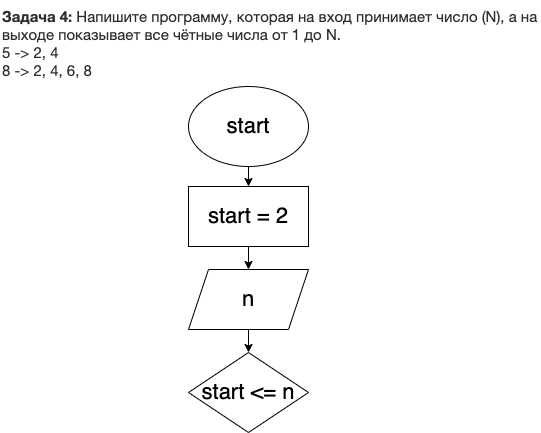
Earlier version of the draw.io export Homework01/Ex003/diagram.drawio.png (CristinaZarinsh/CODE). Source tidied: cells renumbered, new cells last; positions are measured from the earlier drawing's top-left corner, leaving out a move shared by most shapes. The source it was exported from:
```xml
<mxGraphModel>
  <root>
    <mxCell id="0" />
    <mxCell id="1" parent="0" />
    <mxCell id="2" value="&lt;meta charset=&quot;utf-8&quot;&gt;&lt;p style=&quot;box-sizing: border-box; margin: 0px; font-weight: 400; color: rgb(44, 45, 48); font-family: roboto, &amp;quot;san francisco&amp;quot;, &amp;quot;helvetica neue&amp;quot;, helvetica, arial; font-size: 15px; font-style: normal; letter-spacing: normal; text-indent: 0px; text-transform: none; word-spacing: 0px; background-color: rgb(255, 255, 255);&quot;&gt;&lt;strong style=&quot;box-sizing: border-box ; font-weight: 700&quot;&gt;Задача 4:&lt;/strong&gt;&lt;span&gt;&amp;nbsp;&lt;/span&gt;Напишите программу, которая на вход принимает число (N), а на выходе показывает все чётные числа от 1 до N.&lt;/p&gt;&lt;p style=&quot;box-sizing: border-box; margin: 0px; font-weight: 400; color: rgb(44, 45, 48); font-family: roboto, &amp;quot;san francisco&amp;quot;, &amp;quot;helvetica neue&amp;quot;, helvetica, arial; font-size: 15px; font-style: normal; letter-spacing: normal; text-indent: 0px; text-transform: none; word-spacing: 0px; background-color: rgb(255, 255, 255);&quot;&gt;5 -&amp;gt; 2, 4&lt;br style=&quot;box-sizing: border-box&quot;&gt;8 -&amp;gt; 2, 4, 6, 8&lt;/p&gt;" style="text;whiteSpace=wrap;html=1;" parent="1" vertex="1">
      <mxGeometry width="540" height="71" as="geometry" />
    </mxCell>
    <mxCell id="3" style="edgeStyle=none;html=1;" parent="1" edge="1" source="4" target="6">
      <mxGeometry relative="1" as="geometry" />
    </mxCell>
    <mxCell id="4" value="&lt;font style=&quot;font-size: 22px&quot;&gt;start&lt;/font&gt;" style="ellipse;whiteSpace=wrap;html=1;" parent="1" vertex="1">
      <mxGeometry x="188" y="86" width="120" height="80" as="geometry" />
    </mxCell>
    <mxCell id="5" style="edgeStyle=none;html=1;" parent="1" edge="1" source="6" target="8">
      <mxGeometry relative="1" as="geometry" />
    </mxCell>
    <mxCell id="6" value="&lt;font style=&quot;font-size: 22px&quot;&gt;start = 2&lt;/font&gt;" style="whiteSpace=wrap;html=1;" parent="1" vertex="1">
      <mxGeometry x="188" y="186" width="120" height="60" as="geometry" />
    </mxCell>
    <mxCell id="7" style="edgeStyle=none;html=1;" parent="1" edge="1" source="8" target="9">
      <mxGeometry relative="1" as="geometry" />
    </mxCell>
    <mxCell id="8" value="n" style="shape=parallelogram;perimeter=parallelogramPerimeter;whiteSpace=wrap;html=1;fixedSize=1;fontSize=22;" parent="1" vertex="1">
      <mxGeometry x="188" y="269" width="120" height="60" as="geometry" />
    </mxCell>
    <mxCell id="9" value="start &amp;lt;= n" style="rhombus;whiteSpace=wrap;html=1;fontSize=22;" parent="1" vertex="1">
      <mxGeometry x="188" y="352" width="120" height="80" as="geometry" />
    </mxCell>
  </root>
</mxGraphModel>
```
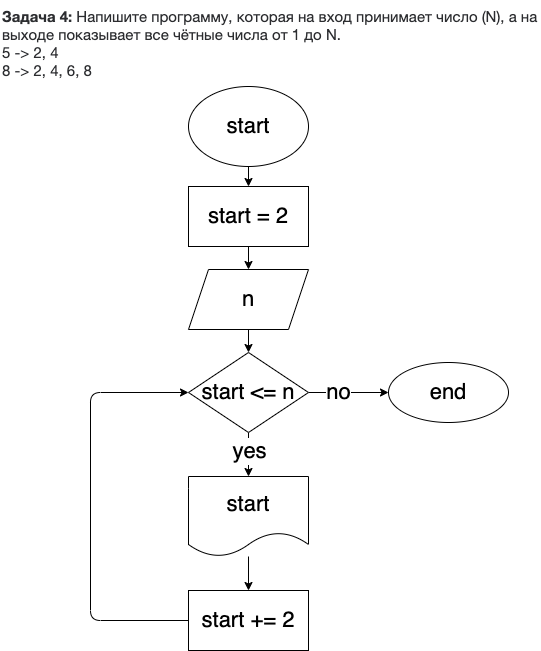
The same diagram one commit later.

Commit message:
Добавила Задачу 3

Diff of the diagram source:
```diff
@@ -23,8 +23,40 @@
     <mxCell id="8" value="n" style="shape=parallelogram;perimeter=parallelogramPerimeter;whiteSpace=wrap;html=1;fixedSize=1;fontSize=22;" parent="1" vertex="1">
       <mxGeometry x="188" y="269" width="120" height="60" as="geometry" />
     </mxCell>
+    <mxCell id="10" style="edgeStyle=none;html=1;" parent="1" edge="1" source="9" target="15">
+      <mxGeometry relative="1" as="geometry" />
+    </mxCell>
+    <mxCell id="11" value="yes" style="edgeLabel;html=1;align=center;verticalAlign=middle;fontSize=22;" parent="10" vertex="1">
+      <mxGeometry x="-0.18" relative="1" as="geometry" />
+    </mxCell>
+    <mxCell id="12" style="edgeStyle=none;html=1;fontSize=22;" parent="1" edge="1" source="9" target="18">
+      <mxGeometry relative="1" as="geometry" />
+    </mxCell>
+    <mxCell id="13" value="no" style="edgeLabel;html=1;align=center;verticalAlign=middle;fontSize=22;" parent="12" vertex="1">
+      <mxGeometry x="-0.28" y="1" relative="1" as="geometry" />
+    </mxCell>
     <mxCell id="9" value="start &amp;lt;= n" style="rhombus;whiteSpace=wrap;html=1;fontSize=22;" parent="1" vertex="1">
       <mxGeometry x="188" y="352" width="120" height="80" as="geometry" />
     </mxCell>
+    <mxCell id="14" style="edgeStyle=none;html=1;fontSize=22;" parent="1" edge="1" source="15" target="17">
+      <mxGeometry relative="1" as="geometry" />
+    </mxCell>
+    <mxCell id="15" value="start" style="shape=document;whiteSpace=wrap;html=1;boundedLbl=1;fontSize=22;" parent="1" vertex="1">
+      <mxGeometry x="188" y="476" width="120" height="80" as="geometry" />
+    </mxCell>
+    <mxCell id="16" style="edgeStyle=none;html=1;entryX=0;entryY=0.5;entryDx=0;entryDy=0;fontSize=22;" parent="1" edge="1" source="17" target="9">
+      <mxGeometry relative="1" as="geometry">
+        <Array as="points">
+          <mxPoint x="90" y="620" />
+          <mxPoint x="90" y="392" />
+        </Array>
+      </mxGeometry>
+    </mxCell>
+    <mxCell id="17" value="start += 2" style="whiteSpace=wrap;html=1;fontSize=22;" parent="1" vertex="1">
+      <mxGeometry x="188" y="590" width="120" height="60" as="geometry" />
+    </mxCell>
+    <mxCell id="18" value="end" style="ellipse;whiteSpace=wrap;html=1;fontSize=22;" parent="1" vertex="1">
+      <mxGeometry x="388" y="362" width="120" height="60" as="geometry" />
+    </mxCell>
   </root>
 </mxGraphModel>
```
